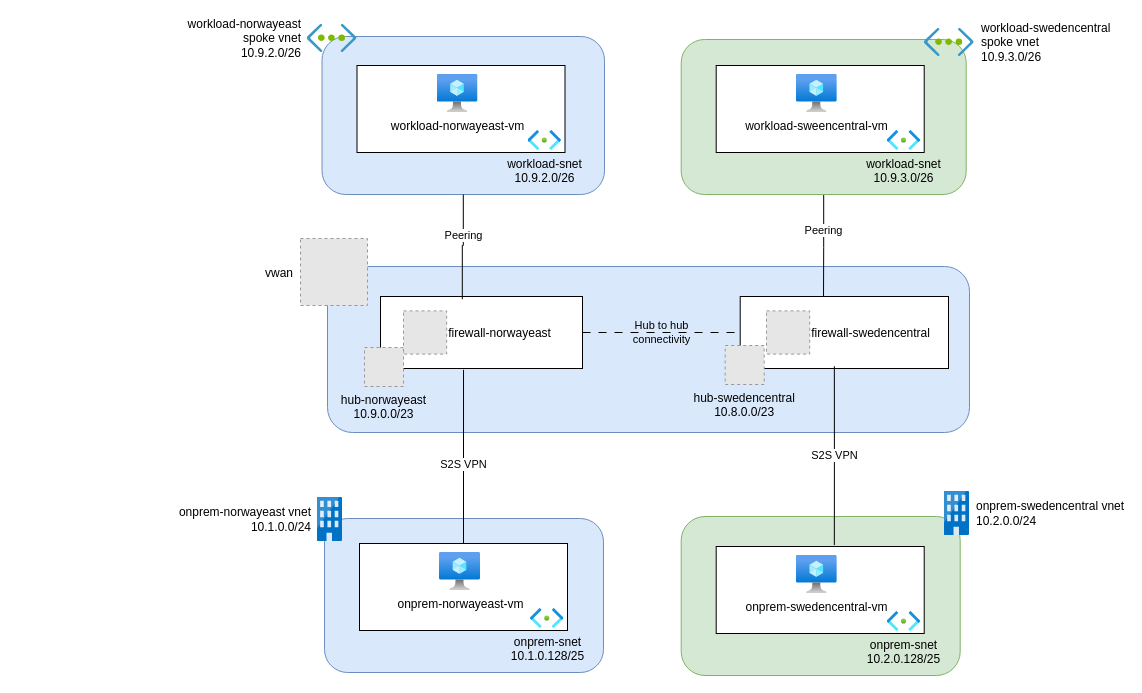
Before: page "after" (4 of 5) of docs/assets/visuals/vwan.drawio in Infrastructure-AsCode/hub-spoke-vwan, a draw.io diagram. Source tidied: cells renumbered, new cells numbered last; positions are measured from the earlier drawing's top-left corner, leaving out a move shared by most shapes. Both pictures are drawn from the tidied source at 100%, with x=0, y=0 at pixel (300, 24). Pictures stored in the file or linked from it are replaced by grey dashed boxes.
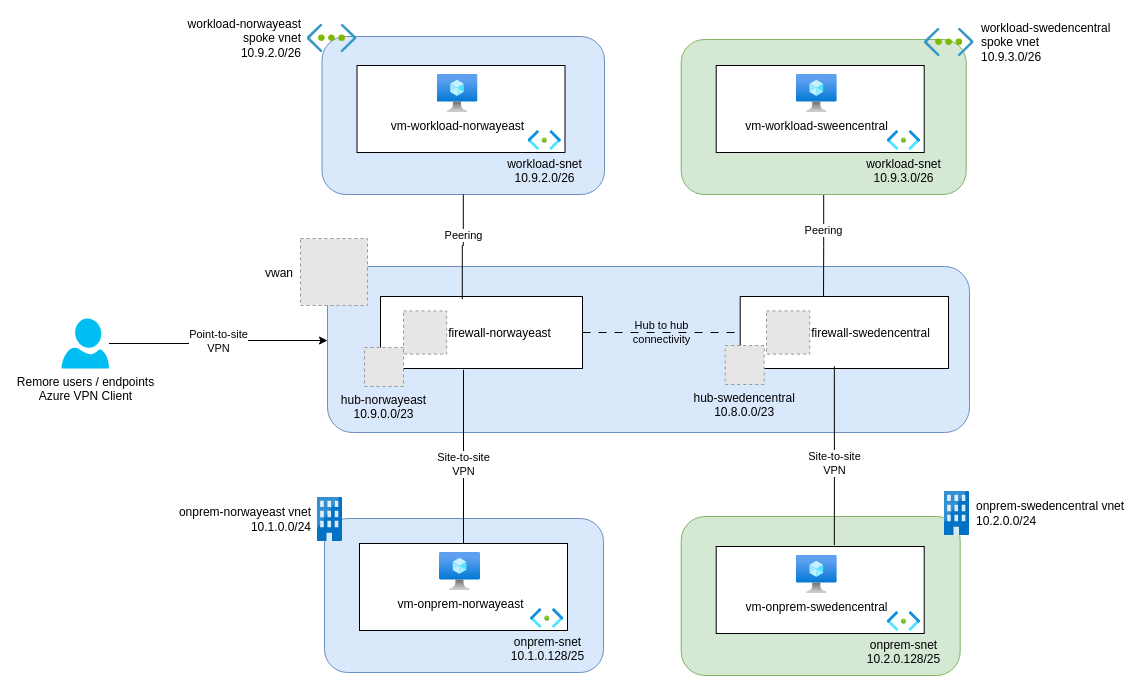
The same diagram, later.

The change refers to these unchanged cells:
```xml
<mxCell id="3" style="rounded=1;whiteSpace=wrap;html=1;fillColor=#dae8fc;strokeColor=#6c8ebf;" parent="1" vertex="1">
  <mxGeometry x="27" y="242" width="642" height="166" as="geometry" />
</mxCell>
<mxCell id="5" style="rounded=0;whiteSpace=wrap;html=1;" parent="1" vertex="1">
  <mxGeometry x="80" y="272" width="202" height="72" as="geometry" />
</mxCell>
<mxCell id="14" style="rounded=0;whiteSpace=wrap;html=1;" parent="1" vertex="1">
  <mxGeometry x="59" y="519" width="208" height="87" as="geometry" />
</mxCell>
<mxCell id="26" style="rounded=0;whiteSpace=wrap;html=1;" parent="1" vertex="1">
  <mxGeometry x="415.7" y="522" width="208" height="87" as="geometry" />
</mxCell>
<mxCell id="30" style="rounded=0;whiteSpace=wrap;html=1;" parent="1" vertex="1">
  <mxGeometry x="439.7" y="272" width="208.3" height="72" as="geometry" />
</mxCell>
```

Change to the diagram source:
```diff
@@
-    <mxCell id="11" value="workload-norwayeast-vm" style="image;html=1;align=center;fontSize=12;image=img/lib/azure2/compute/Virtual_Machine.svg;" parent="1" vertex="1">
+    <mxCell id="11" value="vm-workload-norwayeast" style="image;html=1;align=center;fontSize=12;image=img/lib/azure2/compute/Virtual_Machine.svg;" parent="1" vertex="1">
       <mxGeometry x="136.5" y="50" width="41" height="38" as="geometry" />
     </mxCell>
@@
-    <mxCell id="16" value="onprem-norwayeast-vm" style="image;html=1;align=center;fontSize=12;image=img/lib/azure2/compute/Virtual_Machine.svg;" parent="1" vertex="1">
+    <mxCell id="16" value="vm-onprem-norwayeast" style="image;html=1;align=center;fontSize=12;image=img/lib/azure2/compute/Virtual_Machine.svg;" parent="1" vertex="1">
       <mxGeometry x="139" y="528" width="41" height="38" as="geometry" />
     </mxCell>
@@
-    <mxCell id="18" value="S2S VPN" style="edgeStyle=orthogonalEdgeStyle;rounded=0;jettySize=auto;html=1;entryX=0.5;entryY=0;entryDx=0;entryDy=0;endArrow=none;startFill=0;exitX=0.411;exitY=1.018;exitDx=0;exitDy=0;exitPerimeter=0;" parent="1" edge="1" source="5" target="14">
+    <mxCell id="18" value="Site-to-site&lt;div&gt;VPN&lt;/div&gt;" style="edgeStyle=orthogonalEdgeStyle;rounded=0;jettySize=auto;html=1;entryX=0.5;entryY=0;entryDx=0;entryDy=0;endArrow=none;startFill=0;exitX=0.411;exitY=1.018;exitDx=0;exitDy=0;exitPerimeter=0;" parent="1" edge="1" source="5" target="14">
       <mxGeometry x="0.09" relative="1" as="geometry" />
     </mxCell>
@@
-    <mxCell id="24" value="workload-sweencentral-vm" style="image;html=1;align=center;fontSize=12;image=img/lib/azure2/compute/Virtual_Machine.svg;" parent="1" vertex="1">
+    <mxCell id="24" value="vm-workload-sweencentral" style="image;html=1;align=center;fontSize=12;image=img/lib/azure2/compute/Virtual_Machine.svg;" parent="1" vertex="1">
       <mxGeometry x="495.8" y="50" width="41" height="38" as="geometry" />
     </mxCell>
@@
-    <mxCell id="28" value="onprem-swedencentral-vm" style="image;html=1;align=center;fontSize=12;image=img/lib/azure2/compute/Virtual_Machine.svg;" parent="1" vertex="1">
+    <mxCell id="28" value="vm-onprem-swedencentral" style="image;html=1;align=center;fontSize=12;image=img/lib/azure2/compute/Virtual_Machine.svg;" parent="1" vertex="1">
       <mxGeometry x="495.8" y="531" width="41" height="38" as="geometry" />
     </mxCell>
@@
-    <mxCell id="34" value="S2S VPN" style="edgeStyle=orthogonalEdgeStyle;rounded=0;jettySize=auto;html=1;entryX=0.568;entryY=-0.016;entryDx=0;entryDy=0;entryPerimeter=0;exitX=0.452;exitY=0.969;exitDx=0;exitDy=0;exitPerimeter=0;endArrow=none;startFill=0;" parent="1" edge="1" source="30" target="26">
-      <mxGeometry relative="1" as="geometry" />
+    <mxCell id="34" value="Site-to-site&lt;div&gt;VPN&lt;/div&gt;" style="edgeStyle=orthogonalEdgeStyle;rounded=0;jettySize=auto;html=1;entryX=0.568;entryY=-0.016;entryDx=0;entryDy=0;entryPerimeter=0;exitX=0.452;exitY=0.969;exitDx=0;exitDy=0;exitPerimeter=0;endArrow=none;startFill=0;" parent="1" edge="1" source="30" target="26">
+      <mxGeometry x="0.08" relative="1" as="geometry" />
     </mxCell>
+    <mxCell id="35" value="Remore users / endpoints&lt;div&gt;Azure VPN Client&lt;/div&gt;" style="verticalLabelPosition=bottom;html=1;verticalAlign=top;align=center;strokeColor=none;fillColor=#00BEF2;shape=mxgraph.azure.user;" parent="1" vertex="1">
+      <mxGeometry x="-239" y="294" width="47.5" height="50" as="geometry" />
+    </mxCell>
+    <mxCell id="36" value="Point-to-site&lt;div&gt;VPN&lt;/div&gt;" style="edgeStyle=orthogonalEdgeStyle;rounded=0;jettySize=auto;html=1;entryX=0;entryY=0.446;entryDx=0;entryDy=0;entryPerimeter=0;" parent="1" edge="1" source="35" target="3">
+      <mxGeometry relative="1" as="geometry" />
+    </mxCell>
```
